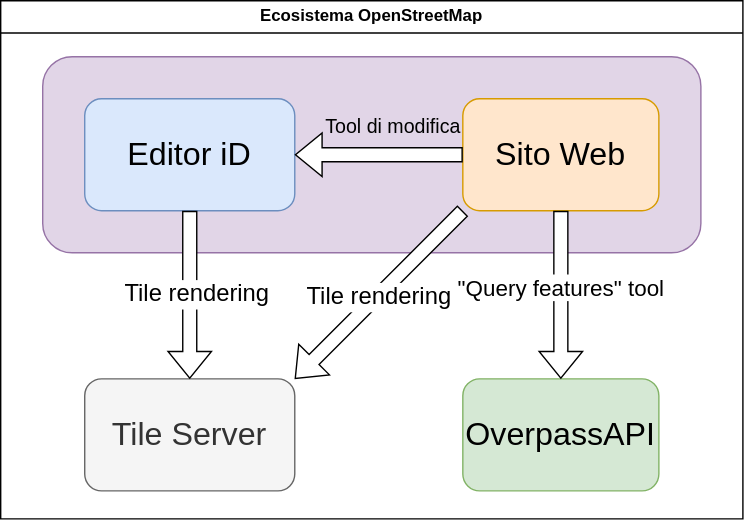
This is doc/diagramma-a-blocchi.svg from disit/OSM-for-snap4city, a draw.io export, as it was before one commit. Source tidied: cells renumbered, new cells last; positions are measured from the earlier drawing's top-left corner, leaving out a move shared by most shapes.
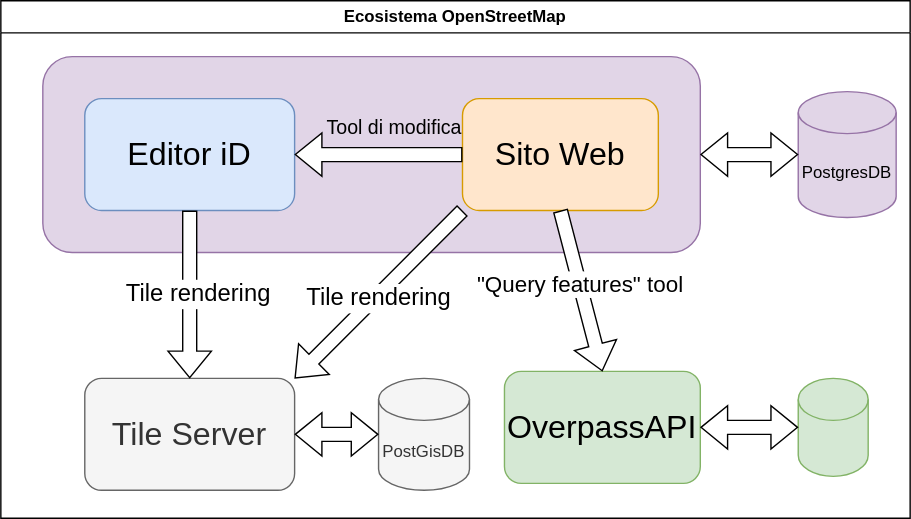
The same file after the commit.

Change to the diagram source:
```diff
@@ -3,7 +3,7 @@
     <mxCell id="0" />
     <mxCell id="1" parent="0" />
     <mxCell id="2" value="&lt;div&gt;Ecosistema OpenStreetMap&lt;/div&gt;" style="swimlane;whiteSpace=wrap;html=1;" parent="1" vertex="1">
-      <mxGeometry width="530" height="370" as="geometry" />
+      <mxGeometry width="650" height="370" as="geometry" />
     </mxCell>
     <mxCell id="3" style="rounded=1;whiteSpace=wrap;html=1;fillColor=#e1d5e7;strokeColor=#9673a6;" parent="2" vertex="1">
       <mxGeometry x="30" y="40" width="470" height="140" as="geometry" />
@@ -18,7 +18,7 @@
       <mxGeometry x="60" y="270" width="150" height="80" as="geometry" />
     </mxCell>
     <mxCell id="7" value="&lt;font style=&quot;font-size: 23px;&quot;&gt;OverpassAPI&lt;/font&gt;" style="rounded=1;whiteSpace=wrap;html=1;fillColor=#d5e8d4;strokeColor=#82b366;" parent="2" vertex="1">
-      <mxGeometry x="330" y="270" width="140" height="80" as="geometry" />
+      <mxGeometry x="360" y="265" width="140" height="80" as="geometry" />
     </mxCell>
     <mxCell id="8" style="shape=flexArrow;endArrow=classic;html=1;rounded=0;entryX=1;entryY=0.5;entryDx=0;entryDy=0;exitX=0;exitY=0.5;exitDx=0;exitDy=0;fillColor=default;" parent="2" edge="1" source="5" target="4">
       <mxGeometry relative="1" as="geometry" />
@@ -49,5 +49,23 @@
     <mxCell id="16" value="&lt;div style=&quot;font-size: 17px;&quot;&gt;Tile rendering&lt;/div&gt;" style="edgeLabel;html=1;align=center;verticalAlign=middle;fontSize=17;" parent="15" vertex="1">
       <mxGeometry x="-0.02" y="5" relative="1" as="geometry" />
     </mxCell>
+    <mxCell id="17" value="&lt;div&gt;PostgresDB&lt;/div&gt;" style="shape=cylinder3;whiteSpace=wrap;html=1;boundedLbl=1;backgroundOutline=1;size=15;fillColor=#e1d5e7;strokeColor=#9673a6;" parent="2" vertex="1">
+      <mxGeometry x="570" y="65" width="70" height="90" as="geometry" />
+    </mxCell>
+    <mxCell id="18" value="PostGisDB" style="shape=cylinder3;whiteSpace=wrap;html=1;boundedLbl=1;backgroundOutline=1;size=15;fillColor=#f5f5f5;fontColor=#333333;strokeColor=#666666;" parent="2" vertex="1">
+      <mxGeometry x="270" y="270" width="65" height="80" as="geometry" />
+    </mxCell>
+    <mxCell id="19" style="shape=flexArrow;endArrow=classic;startArrow=classic;html=1;rounded=0;exitX=1;exitY=0.5;exitDx=0;exitDy=0;entryX=0;entryY=0.5;entryDx=0;entryDy=0;entryPerimeter=0;" parent="2" edge="1" source="6" target="18">
+      <mxGeometry relative="1" as="geometry" />
+    </mxCell>
+    <mxCell id="20" style="shape=flexArrow;endArrow=classic;startArrow=classic;html=1;rounded=0;entryX=0;entryY=0.5;entryDx=0;entryDy=0;entryPerimeter=0;exitX=1;exitY=0.5;exitDx=0;exitDy=0;" parent="2" edge="1" source="3" target="17">
+      <mxGeometry relative="1" as="geometry" />
+    </mxCell>
+    <mxCell id="21" style="shape=cylinder3;whiteSpace=wrap;html=1;boundedLbl=1;backgroundOutline=1;size=15;fillColor=#d5e8d4;strokeColor=#82b366;" parent="2" vertex="1">
+      <mxGeometry x="570" y="270" width="50" height="70" as="geometry" />
+    </mxCell>
+    <mxCell id="22" style="shape=flexArrow;endArrow=classic;startArrow=classic;html=1;rounded=0;exitX=1;exitY=0.5;exitDx=0;exitDy=0;entryX=0;entryY=0.5;entryDx=0;entryDy=0;entryPerimeter=0;" parent="2" edge="1" source="7" target="21">
+      <mxGeometry relative="1" as="geometry" />
+    </mxCell>
   </root>
 </mxGraphModel>
```
